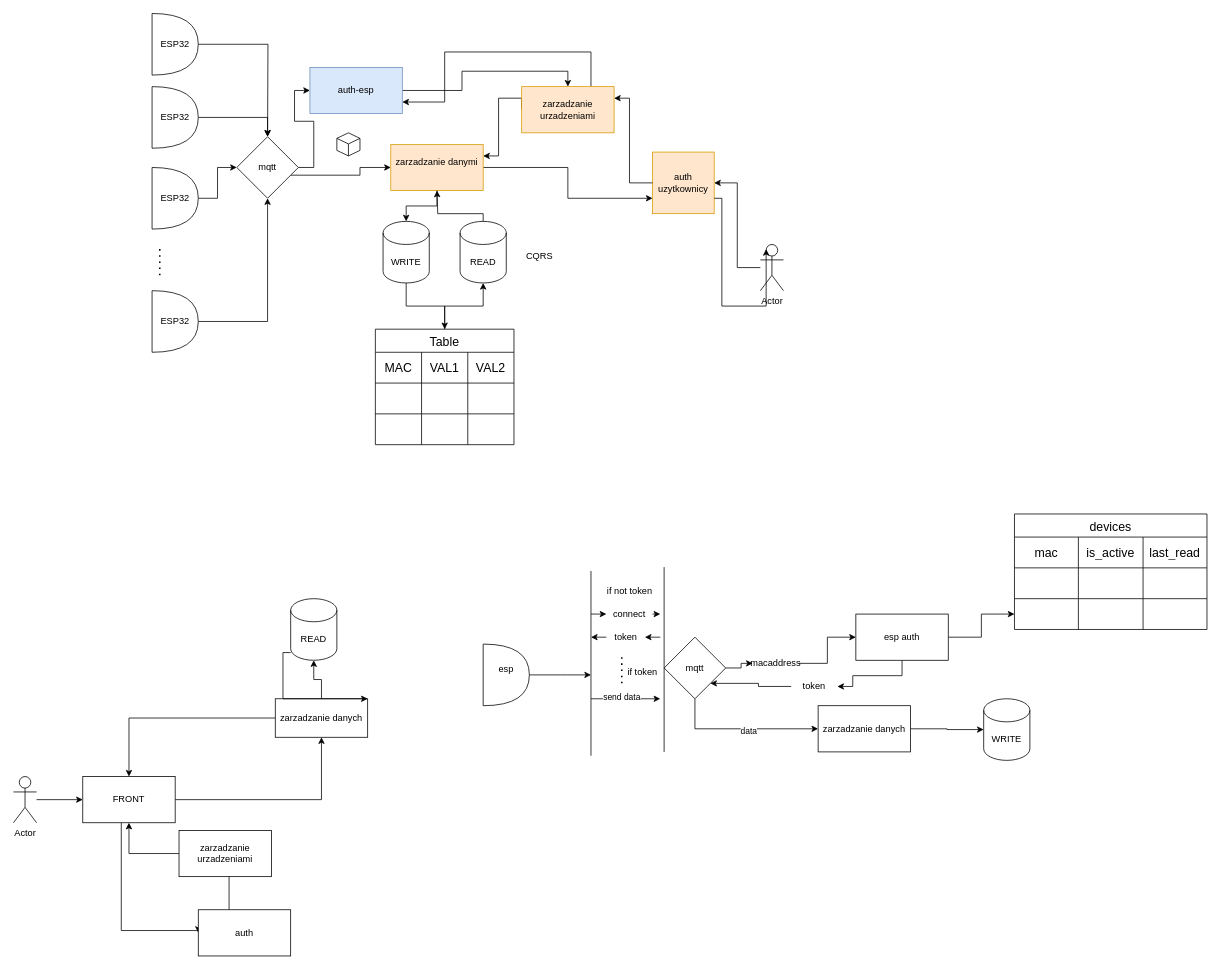
Plantigo/plantigo-backend keeps this draw.io diagram as assets/diagram.drawio. Above is the earlier version. Source tidied: cells renumbered, new cells numbered last; positions are measured from the earlier drawing's top-left corner, leaving out a move shared by most shapes. Both pictures are drawn from the tidied source at 77%, with x=0, y=0 at pixel (13, -118).
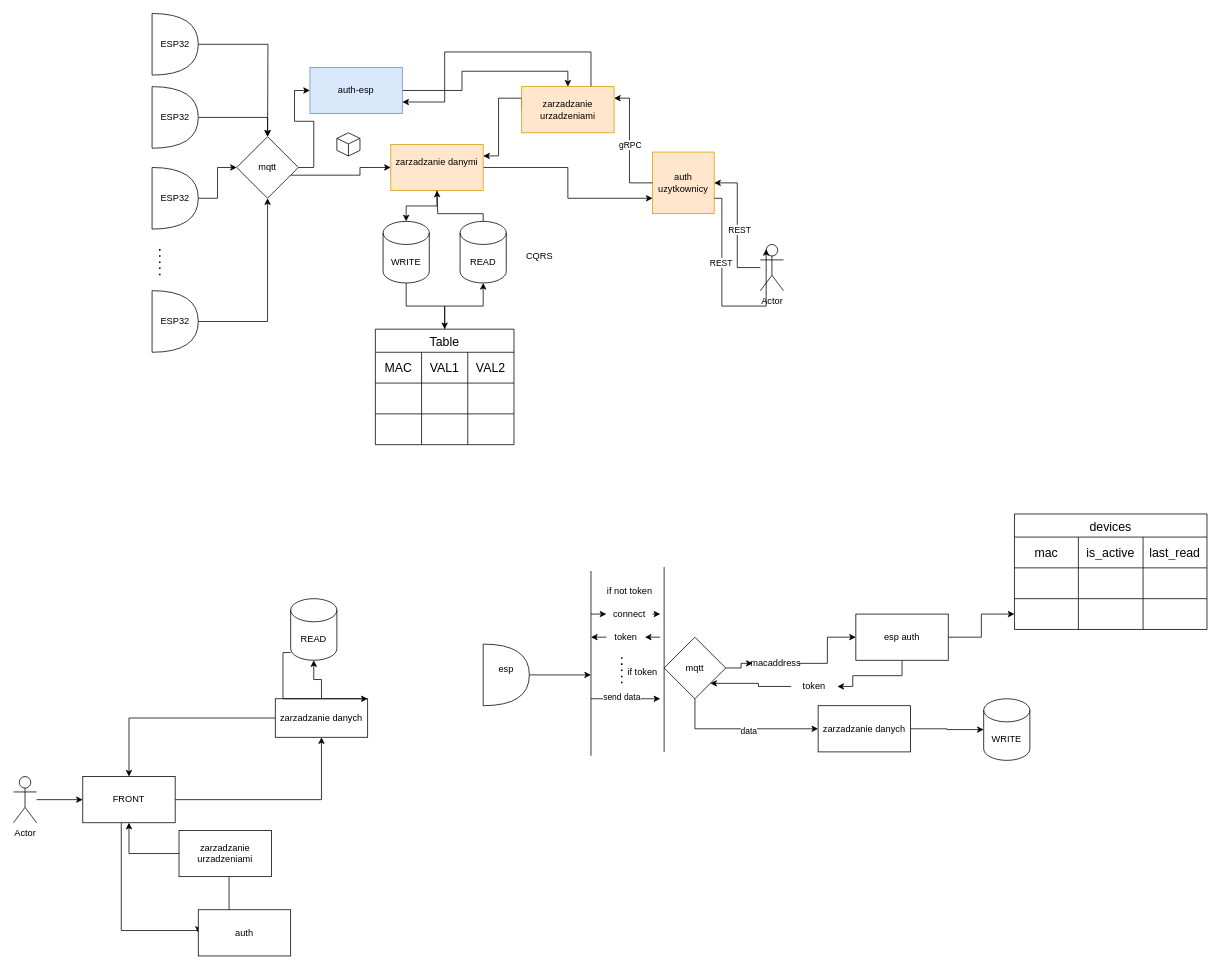
After the change.

Unchanged cells that the change refers to:
```xml
<mxCell id="24" style="edgeStyle=orthogonalEdgeStyle;rounded=0;jettySize=auto;html=1;entryX=1;entryY=0.5;entryDx=0;entryDy=0;" parent="1" edge="1" source="25" target="23">
  <mxGeometry relative="1" as="geometry" />
</mxCell>
<mxCell id="26" style="edgeStyle=orthogonalEdgeStyle;rounded=0;jettySize=auto;html=1;exitX=1;exitY=0.75;exitDx=0;exitDy=0;entryX=0.25;entryY=0.1;entryDx=0;entryDy=0;entryPerimeter=0;" parent="1" edge="1" source="23" target="25">
  <mxGeometry relative="1" as="geometry">
    <Array as="points">
      <mxPoint x="920" y="410" />
      <mxPoint x="920" y="550" />
      <mxPoint x="978" y="550" />
    </Array>
  </mxGeometry>
</mxCell>
<mxCell id="42" style="edgeStyle=orthogonalEdgeStyle;rounded=0;jettySize=auto;html=1;exitX=0;exitY=0.5;exitDx=0;exitDy=0;entryX=1;entryY=0.25;entryDx=0;entryDy=0;" parent="1" edge="1" source="23" target="44">
  <mxGeometry relative="1" as="geometry">
    <Array as="points">
      <mxPoint x="800" y="390" />
      <mxPoint x="800" y="280" />
      <mxPoint x="780" y="280" />
    </Array>
  </mxGeometry>
</mxCell>
```

The edit, as a diff of the source:
```diff
@@
+    <mxCell id="103" value="REST" style="edgeLabel;html=1;align=center;verticalAlign=middle;" parent="24" vertex="1">
+      <mxGeometry x="-0.06" y="-2" relative="1" as="geometry" />
+    </mxCell>
@@
+    <mxCell id="104" value="REST" style="edgeLabel;html=1;align=center;verticalAlign=middle;" parent="26" vertex="1">
+      <mxGeometry x="-0.34" y="-2" relative="1" as="geometry" />
+    </mxCell>
@@
+    <mxCell id="105" value="gRPC" style="edgeLabel;html=1;align=center;verticalAlign=middle;" parent="42" vertex="1">
+      <mxGeometry x="0.3" relative="1" as="geometry">
+        <mxPoint y="24" as="offset" />
+      </mxGeometry>
+    </mxCell>
```
